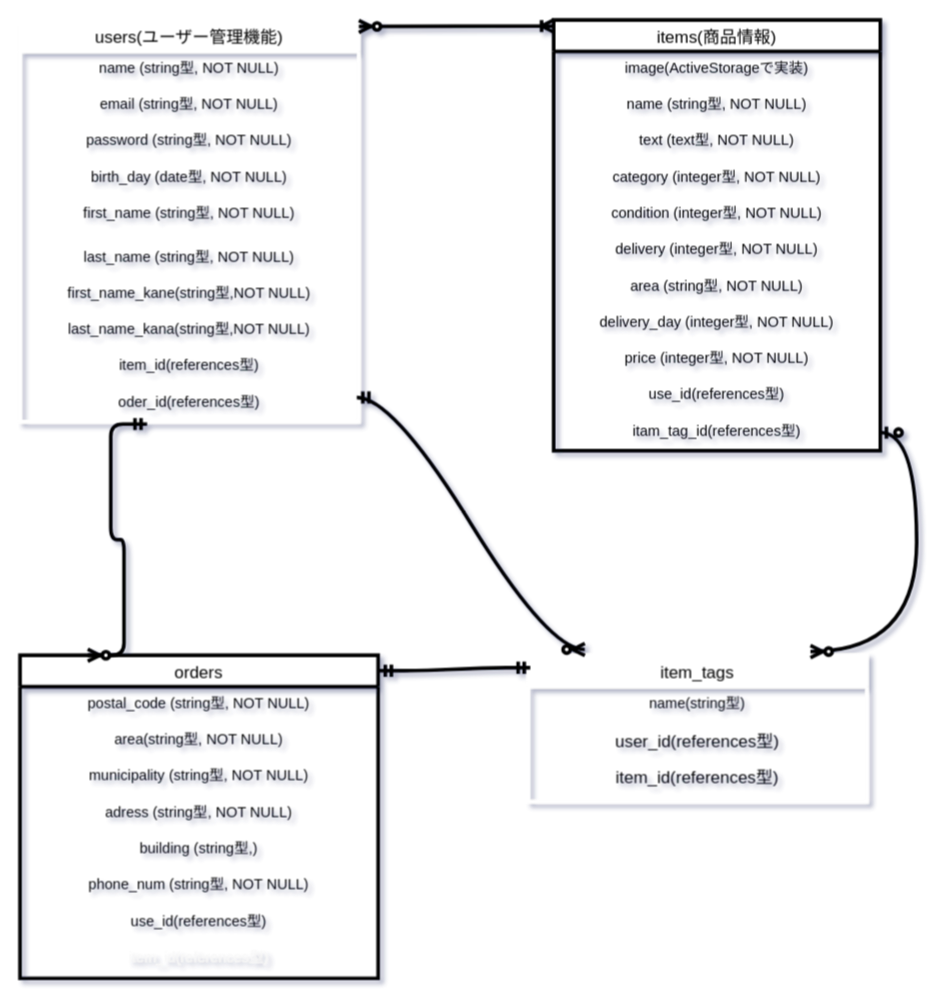
Earlier version of the draw.io diagram ER .dio (same-jima/furima-36128). Source tidied: cells renumbered, new cells numbered last; positions are measured from the earlier drawing's top-left corner, leaving out a move shared by most shapes. Both pictures are drawn from the tidied source at 121%, with x=0, y=0 at pixel (19, 19).
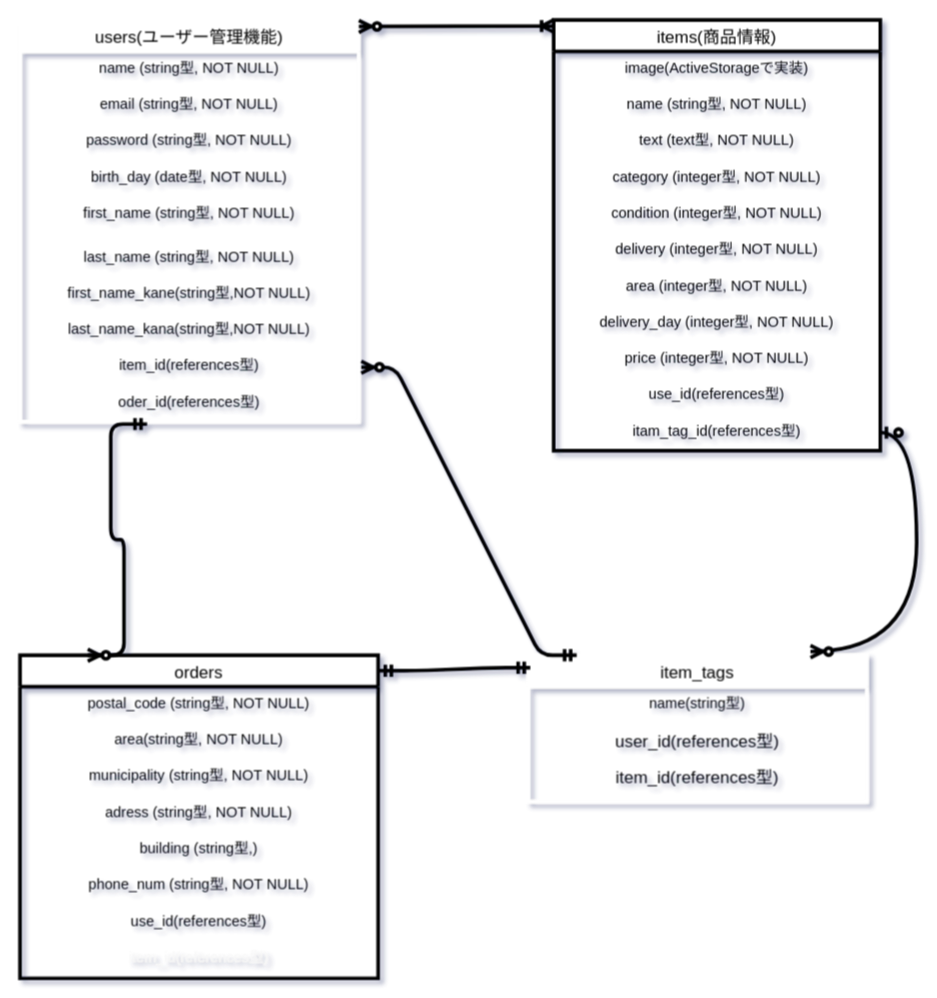
After the change.

Unchanged cells that the change refers to:
```xml
<mxCell id="11" value="item_id(references型)" style="text;strokeColor=none;fillColor=none;spacingLeft=4;spacingRight=4;overflow=hidden;points=[[0,0.5],[1,0.5]];portConstraint=eastwest;fontSize=12;align=center;" parent="2" vertex="1">
  <mxGeometry y="272" width="280" height="30" as="geometry" />
</mxCell>
<mxCell id="12" value="oder_id(references型)" style="text;strokeColor=none;fillColor=none;spacingLeft=4;spacingRight=4;overflow=hidden;points=[[0,0.5],[1,0.5]];portConstraint=eastwest;fontSize=12;align=center;" parent="2" vertex="1">
  <mxGeometry y="302" width="280" height="30" as="geometry" />
</mxCell>
<mxCell id="13" value="items(商品情報)" style="swimlane;fontStyle=0;horizontal=1;startSize=26;align=center;fontSize=14;strokeWidth=3;" parent="1" vertex="1">
  <mxGeometry x="441" width="270" height="356" as="geometry" />
</mxCell>
<mxCell id="34" value="item_tags" style="swimlane;fontStyle=0;horizontal=1;startSize=26;align=center;fontSize=14;strokeColor=#FFFFFF;strokeWidth=3;" parent="1" vertex="1">
  <mxGeometry x="420" y="525" width="280" height="121" as="geometry" />
</mxCell>
```

What changed in the source:
```diff
@@
-    <mxCell id="20" value="area (string型, NOT NULL)" style="text;strokeColor=none;fillColor=none;spacingLeft=4;spacingRight=4;overflow=hidden;fontSize=12;align=center;" parent="13" vertex="1">
+    <mxCell id="20" value="area (integer型, NOT NULL)" style="text;strokeColor=none;fillColor=none;spacingLeft=4;spacingRight=4;overflow=hidden;fontSize=12;align=center;" parent="13" vertex="1">
       <mxGeometry y="206" width="270" height="30" as="geometry" />
     </mxCell>
@@
-    <mxCell id="38" style="edgeStyle=entityRelationEdgeStyle;fontSize=12;html=1;endArrow=ERzeroToMany;startArrow=ERmandOne;exitX=0.994;exitY=0.333;exitDx=0;exitDy=0;exitPerimeter=0;curved=1;strokeWidth=3;entryX=0.167;entryY=-0.039;entryDx=0;entryDy=0;entryPerimeter=0;" parent="1" edge="1" source="12" target="34">
-      <mxGeometry relative="1" as="geometry" />
-    </mxCell>
@@
+    <mxCell id="43" style="edgeStyle=entityRelationEdgeStyle;fontSize=12;html=1;endArrow=ERzeroToMany;startArrow=ERmandOne;targetPerimeterSpacing=2;strokeWidth=3;exitX=0.143;exitY=0;exitDx=0;exitDy=0;exitPerimeter=0;" parent="1" edge="1" source="34" target="11">
+      <mxGeometry relative="1" as="geometry" />
+    </mxCell>
```
